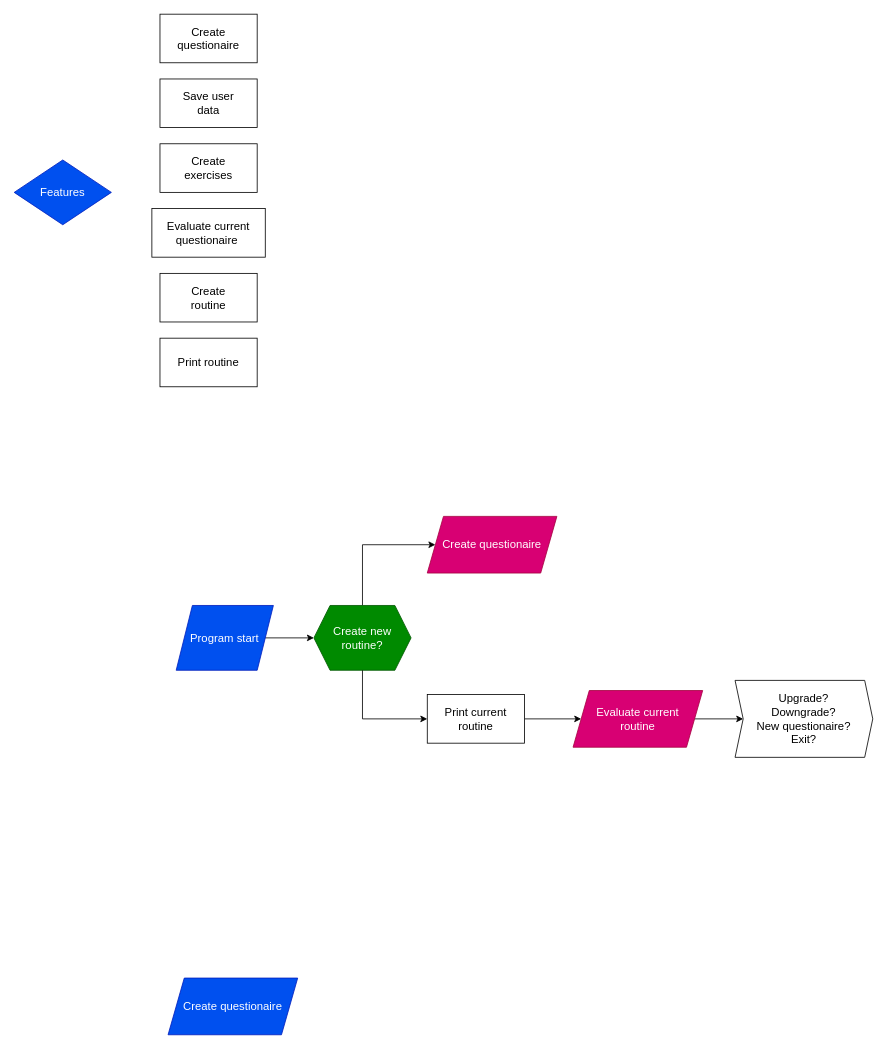
Before: program.drawio in Katrine123/P1-project, a draw.io diagram. Source tidied: cells renumbered, new cells numbered last; positions are measured from the earlier drawing's top-left corner, leaving out a move shared by most shapes. Both pictures are drawn from the tidied source at 81%, with x=0, y=0 at pixel (14, 14).
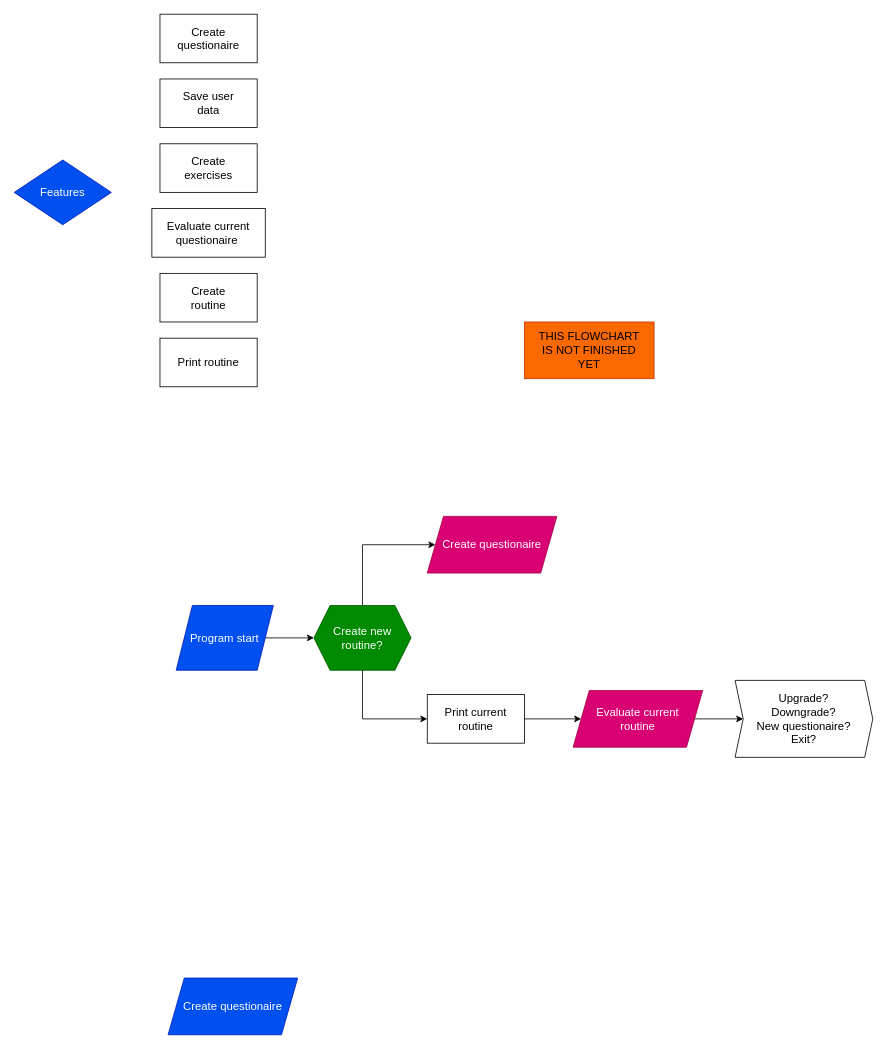
The same page after the edit.

The edit, as a diff of the source:
```diff
@@
+    <mxCell id="21" value="THIS FLOWCHART IS NOT FINISHED YET" style="shape=label;whiteSpace=wrap;html=1;fixedSize=1;strokeColor=#C73500;align=center;verticalAlign=middle;spacingLeft=15;spacingRight=15;spacingBottom=0;fontFamily=lexend light;fontSize=14;fontColor=#000000;fillColor=#fa6800;" parent="1" vertex="1">
+      <mxGeometry x="630" y="380" width="160" height="70" as="geometry" />
+    </mxCell>
```
